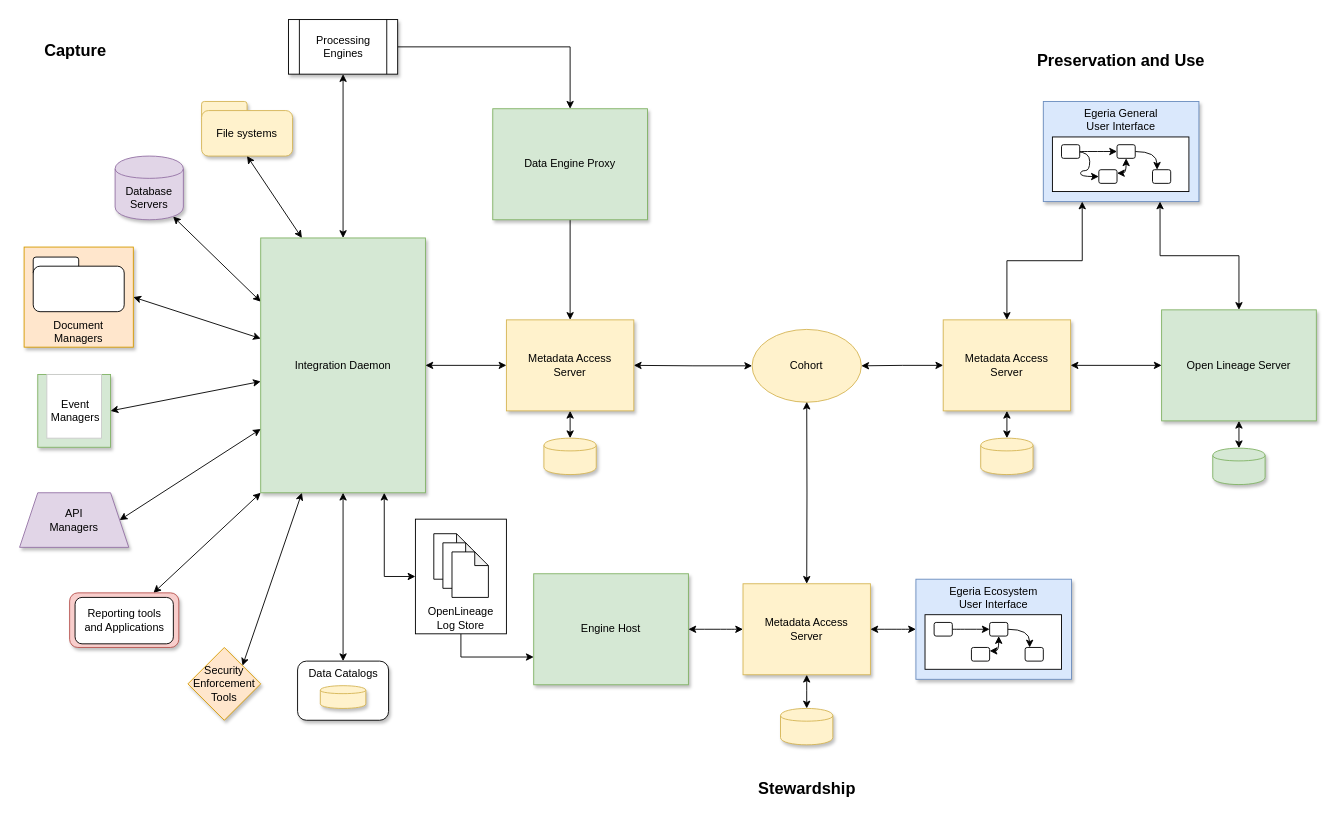
odpi/egeria-docs keeps this draw.io diagram as page "architecture" (1 of 9) of site/docs/features/lineage-management/lineage.drawio. Above is the earlier version. Source tidied: cells renumbered, new cells numbered last; positions are measured from the earlier drawing's top-left corner, leaving out a move shared by most shapes. Both pictures are drawn from the tidied source at 91%, with x=0, y=0 at pixel (19, 19).
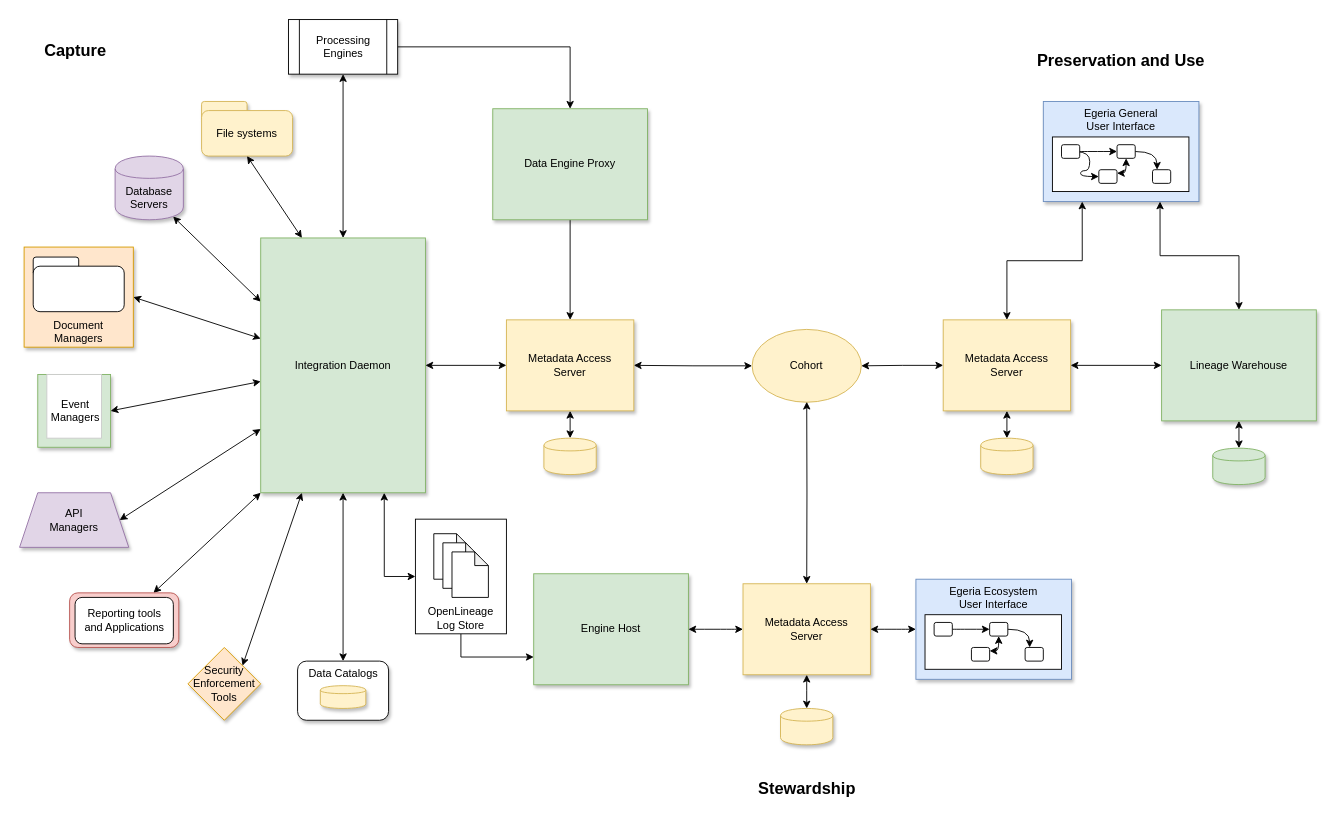
The same page after the edit.

What changed in the source:
```diff
@@
-    <mxCell id="46" value="Open Lineage Server" style="rounded=0;whiteSpace=wrap;html=1;verticalAlign=middle;fillColor=#d5e8d4;strokeColor=#82b366;shadow=1;" parent="1" vertex="1">
+    <mxCell id="46" value="Lineage Warehouse" style="rounded=0;whiteSpace=wrap;html=1;verticalAlign=middle;fillColor=#d5e8d4;strokeColor=#82b366;shadow=1;" parent="1" vertex="1">
       <mxGeometry x="1255" y="319" width="170" height="122" as="geometry" />
     </mxCell>
```
